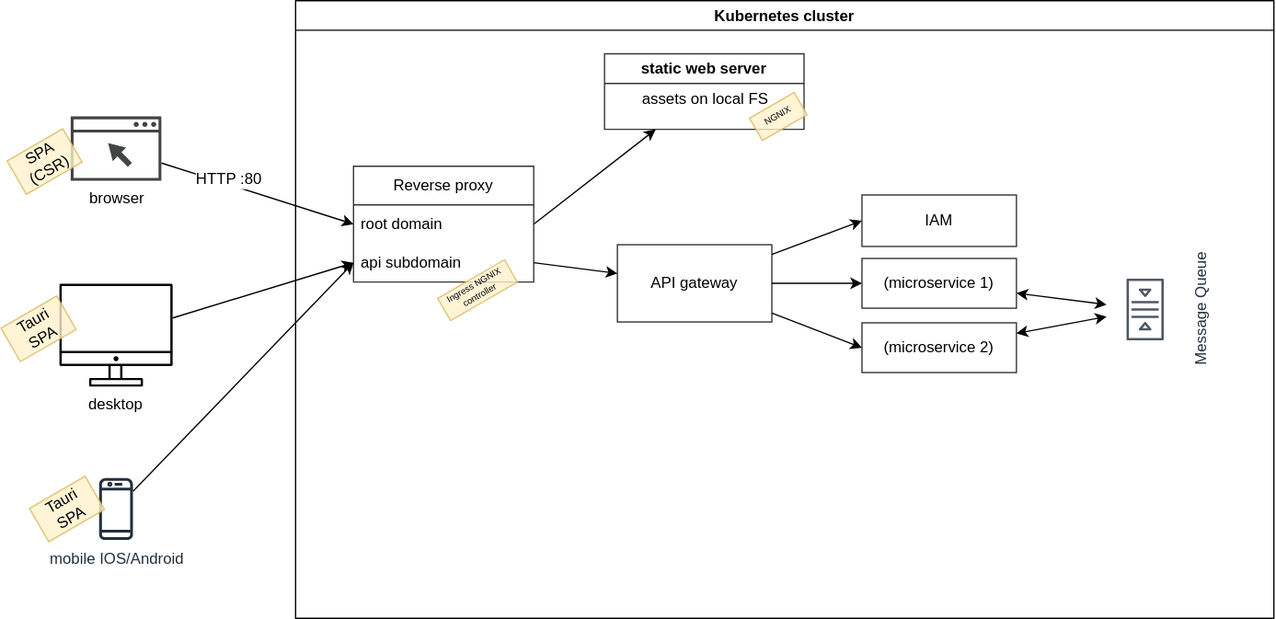
Above: docs/microservices-architecture.drawio.svg in szn-app/donation-web-platform (draw.io), before the change. Source tidied: cells renumbered, new cells last; positions are measured from the earlier drawing's top-left corner, leaving out a move shared by most shapes. The source it was exported from:
```xml
<mxGraphModel>
  <root>
    <mxCell id="0" />
    <mxCell id="1" parent="0" />
    <mxCell id="2" style="edgeStyle=none;html=1;fontSize=12;entryX=0;entryY=0.5;entryDx=0;entryDy=0;" parent="1" edge="1" source="33" target="23">
      <mxGeometry relative="1" as="geometry" />
    </mxCell>
    <mxCell id="3" value="HTTP :80" style="edgeLabel;html=1;align=center;verticalAlign=middle;fontSize=12;" parent="2" vertex="1">
      <mxGeometry x="-0.32" y="4" relative="1" as="geometry" />
    </mxCell>
    <mxCell id="4" value="Kubernetes cluster" style="swimlane;" parent="1" vertex="1">
      <mxGeometry x="229" width="760" height="480" as="geometry" />
    </mxCell>
    <mxCell id="5" style="edgeStyle=none;html=1;fontSize=12;exitX=1;exitY=0.5;exitDx=0;exitDy=0;" parent="4" edge="1" source="23" target="17">
      <mxGeometry relative="1" as="geometry" />
    </mxCell>
    <mxCell id="6" style="edgeStyle=none;html=1;entryX=0;entryY=0.5;entryDx=0;entryDy=0;fontSize=12;" parent="4" edge="1" source="8" target="12">
      <mxGeometry relative="1" as="geometry" />
    </mxCell>
    <mxCell id="7" style="edgeStyle=none;html=1;entryX=0;entryY=0.5;entryDx=0;entryDy=0;fontSize=12;" parent="4" edge="1" source="8" target="13">
      <mxGeometry relative="1" as="geometry" />
    </mxCell>
    <mxCell id="8" value="API gateway" style="rounded=0;whiteSpace=wrap;html=1;glass=0;fontSize=12;opacity=80;" parent="4" vertex="1">
      <mxGeometry x="250" y="189.7" width="120" height="60" as="geometry" />
    </mxCell>
    <mxCell id="9" value="IAM" style="rounded=0;whiteSpace=wrap;html=1;glass=0;fontSize=12;opacity=80;" parent="4" vertex="1">
      <mxGeometry x="440" y="151" width="120" height="40" as="geometry" />
    </mxCell>
    <mxCell id="10" style="edgeStyle=none;html=1;fontSize=12;entryX=0;entryY=0.5;entryDx=0;entryDy=0;" parent="4" edge="1" source="8" target="9">
      <mxGeometry relative="1" as="geometry" />
    </mxCell>
    <mxCell id="11" style="html=1;fontSize=12;verticalAlign=middle;horizontal=1;startArrow=classic;startFill=1;" parent="4" edge="1" source="12" target="15">
      <mxGeometry relative="1" as="geometry" />
    </mxCell>
    <mxCell id="12" value="(microservice 1)" style="rounded=0;whiteSpace=wrap;html=1;glass=0;fontSize=12;opacity=80;" parent="4" vertex="1">
      <mxGeometry x="440" y="200.3" width="120" height="38.7" as="geometry" />
    </mxCell>
    <mxCell id="13" value="(microservice 2)" style="rounded=0;whiteSpace=wrap;html=1;glass=0;fontSize=12;opacity=80;" parent="4" vertex="1">
      <mxGeometry x="440" y="250.3" width="120" height="38.7" as="geometry" />
    </mxCell>
    <mxCell id="14" style="edgeStyle=none;html=1;exitX=1;exitY=0.5;exitDx=0;exitDy=0;fontSize=12;" parent="4" edge="1" source="24" target="8">
      <mxGeometry relative="1" as="geometry" />
    </mxCell>
    <mxCell id="15" value="Message Queue" style="sketch=0;outlineConnect=0;fontColor=#232F3E;gradientColor=none;strokeColor=#232F3E;fillColor=#ffffff;dashed=0;verticalLabelPosition=bottom;verticalAlign=top;align=center;html=1;fontSize=12;fontStyle=0;shape=mxgraph.aws4.resourceIcon;resIcon=mxgraph.aws4.queue;glass=0;opacity=80;rotation=-90;" parent="4" vertex="1">
      <mxGeometry x="630" y="210" width="60" height="60" as="geometry" />
    </mxCell>
    <mxCell id="16" style="html=1;fontSize=12;verticalAlign=middle;horizontal=1;startArrow=classic;startFill=1;" parent="4" edge="1" source="13" target="15">
      <mxGeometry relative="1" as="geometry" />
    </mxCell>
    <mxCell id="17" value="static web server" style="swimlane;whiteSpace=wrap;html=1;glass=0;fontFamily=Helvetica;fontSize=12;fontColor=default;opacity=80;" parent="4" vertex="1">
      <mxGeometry x="240" y="41.3" width="155" height="58.7" as="geometry" />
    </mxCell>
    <mxCell id="18" value="assets on local FS" style="text;html=1;align=center;verticalAlign=middle;strokeColor=none;fillColor=none;fontSize=12;fontFamily=Helvetica;fontColor=default;glass=0;opacity=80;" parent="17" vertex="1">
      <mxGeometry x="17.5" y="21" width="120" height="30" as="geometry" />
    </mxCell>
    <mxCell id="19" value="&lt;span style=&quot;color: rgb(2, 2, 3); font-size: 7px;&quot;&gt;NGNIX&lt;/span&gt;" style="text;html=1;fillColor=#fff2cc;align=center;verticalAlign=middle;whiteSpace=wrap;rounded=0;rotation=-30;strokeColor=#d6b656;glass=0;fillOpacity=100;strokeOpacity=100;opacity=80;arcSize=12;fontSize=7;" parent="17" vertex="1">
      <mxGeometry x="115" y="38.7" width="40" height="20" as="geometry" />
    </mxCell>
    <mxCell id="20" style="group;" parent="4" vertex="1">
      <mxGeometry x="45" y="100" width="147.3" height="148.7" as="geometry" />
    </mxCell>
    <mxCell id="21" style="group;" parent="20" vertex="1">
      <mxGeometry width="147.3" height="118.7" as="geometry" />
    </mxCell>
    <mxCell id="22" value="Reverse proxy" style="swimlane;fontStyle=0;horizontal=1;startSize=30;whiteSpace=wrap;html=1;glass=0;fontSize=12;opacity=80;" parent="21" vertex="1">
      <mxGeometry y="28.7" width="140" height="90" as="geometry" />
    </mxCell>
    <mxCell id="23" value="root domain&amp;nbsp;" style="text;strokeColor=none;fillColor=none;align=left;verticalAlign=middle;spacingLeft=4;spacingRight=4;overflow=hidden;points=[[0,0.5],[1,0.5]];portConstraint=eastwest;whiteSpace=wrap;html=1;glass=0;fontSize=12;opacity=80;" parent="22" vertex="1">
      <mxGeometry y="30" width="140" height="30" as="geometry" />
    </mxCell>
    <mxCell id="24" value="api subdomain" style="text;strokeColor=none;fillColor=none;align=left;verticalAlign=middle;spacingLeft=4;spacingRight=4;overflow=hidden;points=[[0,0.5],[1,0.5]];portConstraint=eastwest;whiteSpace=wrap;html=1;glass=0;fontSize=12;opacity=80;" parent="22" vertex="1">
      <mxGeometry y="60" width="140" height="30" as="geometry" />
    </mxCell>
    <mxCell id="25" value="&lt;font color=&quot;#020203&quot;&gt;Ingress NGNIX controller&lt;/font&gt;" style="text;html=1;fillColor=#fff2cc;align=center;verticalAlign=middle;whiteSpace=wrap;rounded=0;rotation=-30;strokeColor=#d6b656;glass=0;fillOpacity=100;strokeOpacity=100;opacity=80;arcSize=12;fontSize=7;" parent="20" vertex="1">
      <mxGeometry x="66.3" y="115" width="60" height="20" as="geometry" />
    </mxCell>
    <mxCell id="26" style="group;" parent="1" vertex="1">
      <mxGeometry x="22.2" y="369.5" width="80.4" height="51" as="geometry" />
    </mxCell>
    <mxCell id="27" value="mobile IOS/Android&lt;br&gt;" style="sketch=0;outlineConnect=0;fontColor=#232F3E;gradientColor=none;fillColor=#232F3D;strokeColor=none;dashed=0;verticalLabelPosition=bottom;verticalAlign=top;align=center;html=1;fontSize=12;fontStyle=0;shape=mxgraph.aws4.mobile_client;" parent="26" vertex="1">
      <mxGeometry x="54.2" y="0.5" width="26.3" height="50" as="geometry" />
    </mxCell>
    <mxCell id="28" value="&lt;span style=&quot;color: rgb(2, 2, 3);&quot;&gt;Tauri SPA&lt;/span&gt;" style="text;html=1;fillColor=#fff2cc;align=center;verticalAlign=middle;whiteSpace=wrap;rounded=0;rotation=-30;strokeColor=#d6b656;glass=0;fillOpacity=100;strokeOpacity=100;opacity=80;arcSize=12;" parent="26" vertex="1">
      <mxGeometry x="4.2" y="10.5" width="50" height="30" as="geometry" />
    </mxCell>
    <mxCell id="29" style="group;" parent="1" vertex="1">
      <mxGeometry x="0.1" y="220" width="133.3" height="80" as="geometry" />
    </mxCell>
    <mxCell id="30" value="&lt;font color=&quot;#020203&quot;&gt;desktop &lt;br&gt;&lt;br&gt;&lt;/font&gt;" style="sketch=0;outlineConnect=0;gradientColor=none;fontColor=#545B64;strokeColor=#020203;fillColor=#020203;dashed=0;verticalLabelPosition=bottom;verticalAlign=top;align=center;html=1;fontSize=12;fontStyle=0;shape=mxgraph.aws4.illustration_desktop;" parent="29" vertex="1">
      <mxGeometry x="45.4" width="87.9" height="80" as="geometry" />
    </mxCell>
    <mxCell id="31" value="&lt;span style=&quot;color: rgb(2, 2, 3);&quot;&gt;Tauri SPA&lt;/span&gt;" style="text;html=1;fillColor=#fff2cc;align=center;verticalAlign=middle;whiteSpace=wrap;rounded=0;rotation=-30;strokeColor=#d6b656;glass=0;fillOpacity=100;strokeOpacity=100;opacity=80;arcSize=12;" parent="29" vertex="1">
      <mxGeometry x="4.2" y="20" width="50" height="30" as="geometry" />
    </mxCell>
    <mxCell id="32" style="group;" parent="1" vertex="1">
      <mxGeometry x="4.8" y="90" width="119.9" height="60.5" as="geometry" />
    </mxCell>
    <mxCell id="33" value="browser&lt;br&gt;" style="sketch=0;shadow=0;dashed=0;html=1;strokeColor=none;fillColor=#434445;labelPosition=center;verticalLabelPosition=bottom;verticalAlign=top;align=center;outlineConnect=0;shape=mxgraph.vvd.web_browser;fontColor=#020203;" parent="32" vertex="1">
      <mxGeometry x="49.4" width="70.4" height="50" as="geometry" />
    </mxCell>
    <mxCell id="34" value="&lt;span style=&quot;color: rgb(2, 2, 3);&quot;&gt;SPA (CSR)&lt;/span&gt;" style="text;html=1;fillColor=#fff2cc;align=center;verticalAlign=middle;whiteSpace=wrap;rounded=0;rotation=-30;strokeColor=#d6b656;glass=0;fillOpacity=100;strokeOpacity=100;opacity=80;arcSize=12;" parent="32" vertex="1">
      <mxGeometry x="4.2" y="20" width="50" height="30" as="geometry" />
    </mxCell>
    <mxCell id="35" style="edgeStyle=none;html=1;entryX=0;entryY=0.5;entryDx=0;entryDy=0;fontSize=12;" parent="1" edge="1" source="30" target="24">
      <mxGeometry relative="1" as="geometry" />
    </mxCell>
    <mxCell id="36" style="edgeStyle=none;html=1;entryX=0;entryY=0.5;entryDx=0;entryDy=0;fontSize=12;" parent="1" edge="1" source="27" target="24">
      <mxGeometry relative="1" as="geometry" />
    </mxCell>
  </root>
</mxGraphModel>
```
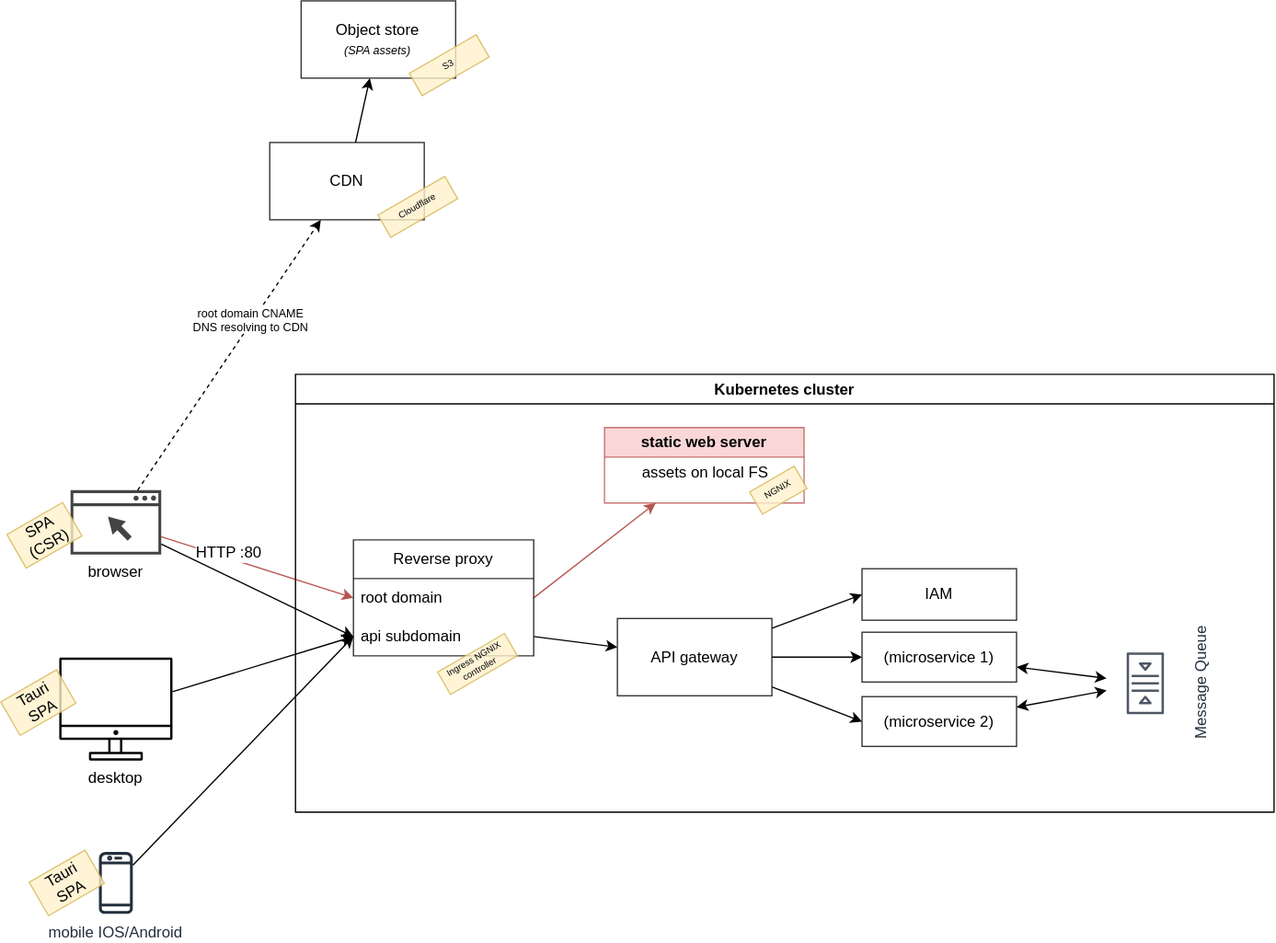
The same diagram one commit later.

Commit message:
docs: CDN architecture notes

What changed in the source:
```diff
@@ -2,16 +2,16 @@
   <root>
     <mxCell id="0" />
     <mxCell id="1" parent="0" />
-    <mxCell id="2" style="edgeStyle=none;html=1;fontSize=12;entryX=0;entryY=0.5;entryDx=0;entryDy=0;" parent="1" edge="1" source="33" target="23">
+    <mxCell id="2" style="edgeStyle=none;html=1;fontSize=12;entryX=0;entryY=0.5;entryDx=0;entryDy=0;fillColor=#f8cecc;strokeColor=#b85450;" parent="1" edge="1" source="33" target="23">
       <mxGeometry relative="1" as="geometry" />
     </mxCell>
     <mxCell id="3" value="HTTP :80" style="edgeLabel;html=1;align=center;verticalAlign=middle;fontSize=12;" parent="2" vertex="1">
       <mxGeometry x="-0.32" y="4" relative="1" as="geometry" />
     </mxCell>
     <mxCell id="4" value="Kubernetes cluster" style="swimlane;" parent="1" vertex="1">
-      <mxGeometry x="229" width="760" height="480" as="geometry" />
+      <mxGeometry x="229" width="760" height="340" as="geometry" />
     </mxCell>
-    <mxCell id="5" style="edgeStyle=none;html=1;fontSize=12;exitX=1;exitY=0.5;exitDx=0;exitDy=0;" parent="4" edge="1" source="23" target="17">
+    <mxCell id="5" style="edgeStyle=none;html=1;fontSize=12;exitX=1;exitY=0.5;exitDx=0;exitDy=0;fillColor=#f8cecc;strokeColor=#b85450;" parent="4" edge="1" source="23" target="17">
       <mxGeometry relative="1" as="geometry" />
     </mxCell>
     <mxCell id="6" style="edgeStyle=none;html=1;entryX=0;entryY=0.5;entryDx=0;entryDy=0;fontSize=12;" parent="4" edge="1" source="8" target="12">
@@ -47,13 +47,13 @@
     <mxCell id="16" style="html=1;fontSize=12;verticalAlign=middle;horizontal=1;startArrow=classic;startFill=1;" parent="4" edge="1" source="13" target="15">
       <mxGeometry relative="1" as="geometry" />
     </mxCell>
-    <mxCell id="17" value="static web server" style="swimlane;whiteSpace=wrap;html=1;glass=0;fontFamily=Helvetica;fontSize=12;fontColor=default;opacity=80;" parent="4" vertex="1">
+    <mxCell id="17" value="static web server" style="swimlane;whiteSpace=wrap;html=1;glass=0;fontFamily=Helvetica;fontSize=12;opacity=80;fillColor=#f8cecc;strokeColor=#b85450;" parent="4" vertex="1">
       <mxGeometry x="240" y="41.3" width="155" height="58.7" as="geometry" />
     </mxCell>
-    <mxCell id="18" value="assets on local FS" style="text;html=1;align=center;verticalAlign=middle;strokeColor=none;fillColor=none;fontSize=12;fontFamily=Helvetica;fontColor=default;glass=0;opacity=80;" parent="17" vertex="1">
+    <mxCell id="18" value="assets on local FS" style="text;html=1;align=center;verticalAlign=middle;fontSize=12;fontFamily=Helvetica;glass=0;opacity=80;" parent="17" vertex="1">
       <mxGeometry x="17.5" y="21" width="120" height="30" as="geometry" />
     </mxCell>
-    <mxCell id="19" value="&lt;span style=&quot;color: rgb(2, 2, 3); font-size: 7px;&quot;&gt;NGNIX&lt;/span&gt;" style="text;html=1;fillColor=#fff2cc;align=center;verticalAlign=middle;whiteSpace=wrap;rounded=0;rotation=-30;strokeColor=#d6b656;glass=0;fillOpacity=100;strokeOpacity=100;opacity=80;arcSize=12;fontSize=7;" parent="17" vertex="1">
+    <mxCell id="19" value="&lt;span style=&quot;color: rgb(2, 2, 3); font-size: 7px;&quot;&gt;NGNIX&lt;/span&gt;" style="text;html=1;align=center;verticalAlign=middle;whiteSpace=wrap;rounded=0;rotation=-30;glass=0;fillOpacity=100;strokeOpacity=100;opacity=80;arcSize=12;fontSize=7;fillColor=#fff2cc;strokeColor=#d6b656;" parent="17" vertex="1">
       <mxGeometry x="115" y="38.7" width="40" height="20" as="geometry" />
     </mxCell>
     <mxCell id="20" style="group;" parent="4" vertex="1">
@@ -107,5 +107,29 @@
     <mxCell id="36" style="edgeStyle=none;html=1;entryX=0;entryY=0.5;entryDx=0;entryDy=0;fontSize=12;" parent="1" edge="1" source="27" target="24">
       <mxGeometry relative="1" as="geometry" />
     </mxCell>
+    <mxCell id="37" style="edgeStyle=none;html=1;" parent="1" edge="1" source="38" target="39">
+      <mxGeometry relative="1" as="geometry" />
+    </mxCell>
+    <mxCell id="38" value="CDN" style="rounded=0;whiteSpace=wrap;html=1;glass=0;fontSize=12;opacity=80;" parent="1" vertex="1">
+      <mxGeometry x="209" y="-180" width="120" height="60" as="geometry" />
+    </mxCell>
+    <mxCell id="39" value="Object store&lt;br&gt;&lt;i&gt;&lt;font style=&quot;font-size: 9px;&quot;&gt;(SPA assets)&lt;/font&gt;&lt;/i&gt;" style="rounded=0;whiteSpace=wrap;html=1;glass=0;fontSize=12;opacity=80;" parent="1" vertex="1">
+      <mxGeometry x="233.4" y="-290" width="120" height="60" as="geometry" />
+    </mxCell>
+    <mxCell id="40" value="&lt;font color=&quot;#020203&quot;&gt;Cloudflare&lt;/font&gt;" style="text;html=1;fillColor=#fff2cc;align=center;verticalAlign=middle;whiteSpace=wrap;rounded=0;rotation=-30;strokeColor=#d6b656;glass=0;fillOpacity=100;strokeOpacity=100;opacity=80;arcSize=12;fontSize=7;" parent="1" vertex="1">
+      <mxGeometry x="294" y="-140" width="60" height="20" as="geometry" />
+    </mxCell>
+    <mxCell id="41" value="&lt;font color=&quot;#020203&quot;&gt;S3&lt;/font&gt;" style="text;html=1;fillColor=#fff2cc;align=center;verticalAlign=middle;whiteSpace=wrap;rounded=0;rotation=-30;strokeColor=#d6b656;glass=0;fillOpacity=100;strokeOpacity=100;opacity=80;arcSize=12;fontSize=7;" parent="1" vertex="1">
+      <mxGeometry x="318.4" y="-250" width="60" height="20" as="geometry" />
+    </mxCell>
+    <mxCell id="42" style="edgeStyle=none;html=1;dashed=1;fontSize=9;" parent="1" edge="1" source="33" target="38">
+      <mxGeometry relative="1" as="geometry" />
+    </mxCell>
+    <mxCell id="43" value="root domain CNAME&lt;br&gt;DNS resolving to CDN" style="edgeLabel;html=1;align=center;verticalAlign=middle;fontSize=9;" parent="42" vertex="1">
+      <mxGeometry x="0.25" y="2" relative="1" as="geometry" />
+    </mxCell>
+    <mxCell id="44" style="edgeStyle=none;html=1;entryX=0;entryY=0.5;entryDx=0;entryDy=0;fontSize=9;" parent="1" edge="1" source="33" target="24">
+      <mxGeometry relative="1" as="geometry" />
+    </mxCell>
   </root>
 </mxGraphModel>
```
